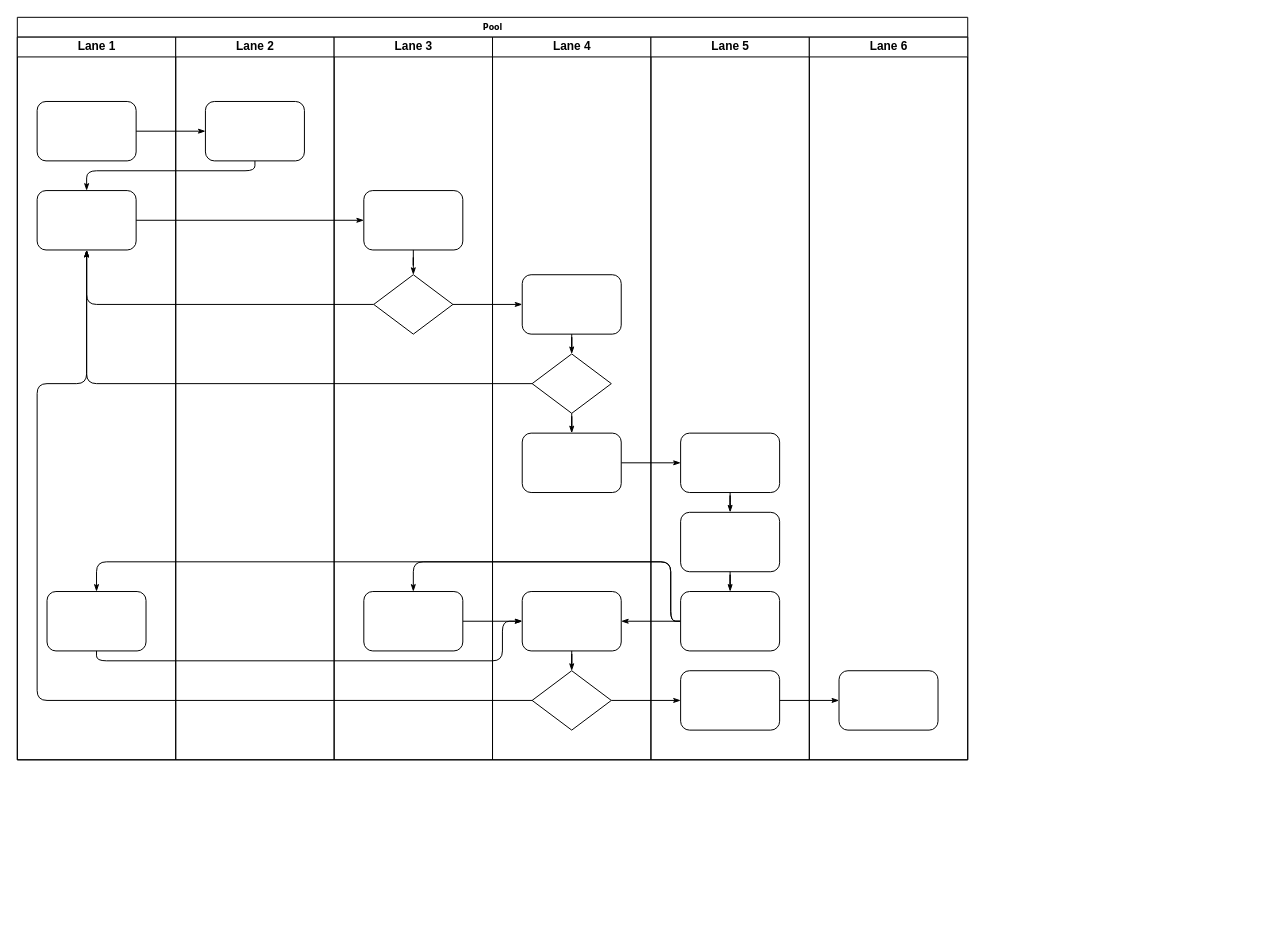
Pedro-Wong/Fluxograma keeps this draw.io diagram as Diagrama sem nome.drawio. Above is the earlier version. Source tidied: cells renumbered, new cells numbered last; positions are measured from the earlier drawing's top-left corner, leaving out a move shared by most shapes. Both pictures are drawn from the tidied source at 99%, with x=0, y=0 at pixel (17, 17).
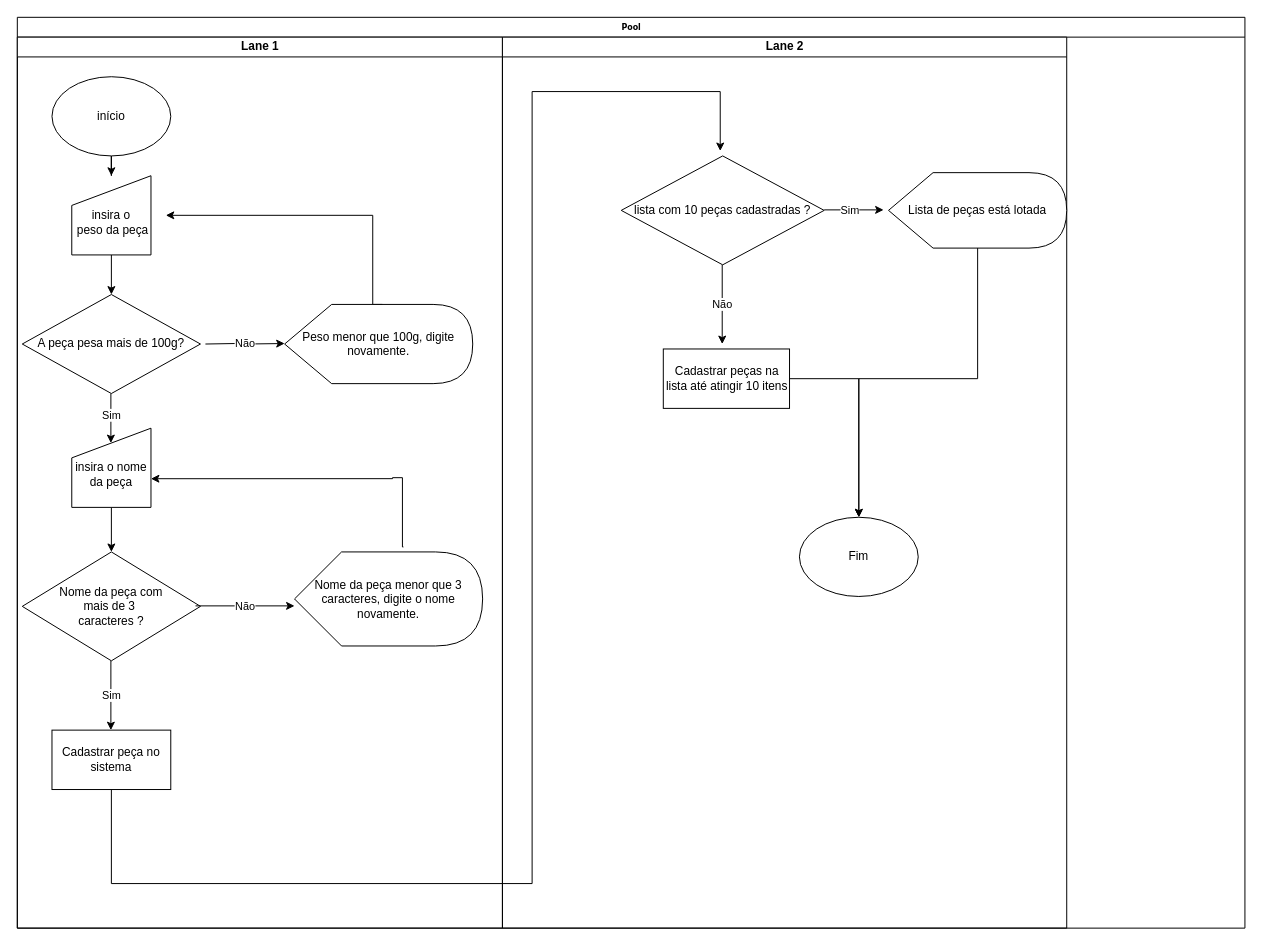
Above is the later version.

The edit, as a diff of the source:
```diff
@@
     <mxCell id="2" value="Pool" style="swimlane;html=1;startSize=20;rounded=0;shadow=0;labelBackgroundColor=none;strokeWidth=1;fontFamily=Verdana;fontSize=8;align=center;" parent="1" vertex="1">
-      <mxGeometry width="960" height="750" as="geometry" />
+      <mxGeometry width="1240" height="920" as="geometry" />
     </mxCell>
     <mxCell id="3" value="Lane 1" style="swimlane;html=1;startSize=20;" parent="2" vertex="1">
-      <mxGeometry y="20" width="160" height="730" as="geometry" />
+      <mxGeometry y="20" width="490" height="900" as="geometry" />
     </mxCell>
-    <mxCell id="4" style="rounded=1;whiteSpace=wrap;html=1;shadow=0;labelBackgroundColor=none;strokeWidth=1;fontFamily=Verdana;fontSize=8;align=center;" parent="3" vertex="1">
-      <mxGeometry x="20" y="65" width="100" height="60" as="geometry" />
-    </mxCell>
-    <mxCell id="5" style="rounded=1;whiteSpace=wrap;html=1;shadow=0;labelBackgroundColor=none;strokeWidth=1;fontFamily=Verdana;fontSize=8;align=center;" parent="3" vertex="1">
-      <mxGeometry x="20" y="155" width="100" height="60" as="geometry" />
-    </mxCell>
-    <mxCell id="6" style="rounded=1;whiteSpace=wrap;html=1;shadow=0;labelBackgroundColor=none;strokeWidth=1;fontFamily=Verdana;fontSize=8;align=center;" parent="3" vertex="1">
-      <mxGeometry x="30" y="560" width="100" height="60" as="geometry" />
-    </mxCell>
-    <mxCell id="7" style="edgeStyle=orthogonalEdgeStyle;rounded=1;html=1;labelBackgroundColor=none;startArrow=none;startFill=0;startSize=5;endArrow=classicThin;endFill=1;endSize=5;jettySize=auto;strokeWidth=1;fontFamily=Verdana;fontSize=8;" parent="2" edge="1" source="4" target="23">
-      <mxGeometry relative="1" as="geometry" />
-    </mxCell>
-    <mxCell id="8" style="edgeStyle=orthogonalEdgeStyle;rounded=1;html=1;labelBackgroundColor=none;startArrow=none;startFill=0;startSize=5;endArrow=classicThin;endFill=1;endSize=5;jettySize=auto;strokeWidth=1;fontFamily=Verdana;fontSize=8;" parent="2" edge="1" source="23" target="5">
-      <mxGeometry relative="1" as="geometry">
-        <Array as="points">
-          <mxPoint x="240" y="155" />
-          <mxPoint x="70" y="155" />
-        </Array>
-      </mxGeometry>
-    </mxCell>
-    <mxCell id="9" style="edgeStyle=orthogonalEdgeStyle;rounded=1;html=1;labelBackgroundColor=none;startArrow=none;startFill=0;startSize=5;endArrow=classicThin;endFill=1;endSize=5;jettySize=auto;strokeWidth=1;fontFamily=Verdana;fontSize=8;" parent="2" edge="1" source="5" target="25">
-      <mxGeometry relative="1" as="geometry" />
-    </mxCell>
-    <mxCell id="10" style="edgeStyle=orthogonalEdgeStyle;rounded=1;html=1;labelBackgroundColor=none;startArrow=none;startFill=0;startSize=5;endArrow=classicThin;endFill=1;endSize=5;jettySize=auto;strokeWidth=1;fontFamily=Verdana;fontSize=8;" parent="2" edge="1" source="26" target="5">
-      <mxGeometry relative="1" as="geometry" />
-    </mxCell>
-    <mxCell id="11" style="edgeStyle=orthogonalEdgeStyle;rounded=1;html=1;labelBackgroundColor=none;startArrow=none;startFill=0;startSize=5;endArrow=classicThin;endFill=1;endSize=5;jettySize=auto;strokeWidth=1;fontFamily=Verdana;fontSize=8;" parent="2" edge="1" source="31" target="5">
-      <mxGeometry relative="1" as="geometry" />
-    </mxCell>
-    <mxCell id="12" style="edgeStyle=orthogonalEdgeStyle;rounded=1;html=1;labelBackgroundColor=none;startArrow=none;startFill=0;startSize=5;endArrow=classicThin;endFill=1;endSize=5;jettySize=auto;strokeWidth=1;fontFamily=Verdana;fontSize=8;" parent="2" edge="1" source="34" target="5">
-      <mxGeometry relative="1" as="geometry">
-        <Array as="points">
-          <mxPoint x="20" y="690" />
-          <mxPoint x="20" y="370" />
-          <mxPoint x="70" y="370" />
-        </Array>
-      </mxGeometry>
-    </mxCell>
-    <mxCell id="13" style="edgeStyle=orthogonalEdgeStyle;rounded=1;html=1;labelBackgroundColor=none;startArrow=none;startFill=0;startSize=5;endArrow=classicThin;endFill=1;endSize=5;jettySize=auto;strokeWidth=1;fontFamily=Verdana;fontSize=8;" parent="2" edge="1" source="26" target="30">
-      <mxGeometry relative="1" as="geometry" />
-    </mxCell>
-    <mxCell id="14" style="edgeStyle=orthogonalEdgeStyle;rounded=1;html=1;labelBackgroundColor=none;startArrow=none;startFill=0;startSize=5;endArrow=classicThin;endFill=1;endSize=5;jettySize=auto;strokeWidth=1;fontFamily=Verdana;fontSize=8;" parent="2" edge="1" source="34" target="42">
-      <mxGeometry relative="1" as="geometry" />
-    </mxCell>
-    <mxCell id="15" style="edgeStyle=orthogonalEdgeStyle;rounded=1;html=1;labelBackgroundColor=none;startArrow=none;startFill=0;startSize=5;endArrow=classicThin;endFill=1;endSize=5;jettySize=auto;strokeWidth=1;fontFamily=Verdana;fontSize=8;" parent="2" edge="1" source="42" target="46">
-      <mxGeometry relative="1" as="geometry" />
-    </mxCell>
-    <mxCell id="16" style="edgeStyle=orthogonalEdgeStyle;rounded=1;html=1;labelBackgroundColor=none;startArrow=none;startFill=0;startSize=5;endArrow=classicThin;endFill=1;endSize=5;jettySize=auto;strokeWidth=1;fontFamily=Verdana;fontSize=8;" parent="2" edge="1" source="32" target="39">
-      <mxGeometry relative="1" as="geometry" />
-    </mxCell>
-    <mxCell id="17" style="edgeStyle=orthogonalEdgeStyle;rounded=1;html=1;labelBackgroundColor=none;startArrow=none;startFill=0;startSize=5;endArrow=classicThin;endFill=1;endSize=5;jettySize=auto;strokeWidth=1;fontFamily=Verdana;fontSize=8;" parent="2" edge="1" source="41" target="27">
-      <mxGeometry relative="1" as="geometry">
-        <Array as="points">
-          <mxPoint x="660" y="610" />
-          <mxPoint x="660" y="550" />
-          <mxPoint x="400" y="550" />
-        </Array>
-      </mxGeometry>
-    </mxCell>
-    <mxCell id="18" style="edgeStyle=orthogonalEdgeStyle;rounded=1;html=1;labelBackgroundColor=none;startArrow=none;startFill=0;startSize=5;endArrow=classicThin;endFill=1;endSize=5;jettySize=auto;strokeColor=#000000;strokeWidth=1;fontFamily=Verdana;fontSize=8;fontColor=#000000;" parent="2" edge="1" source="41" target="33">
-      <mxGeometry relative="1" as="geometry" />
-    </mxCell>
-    <mxCell id="19" style="edgeStyle=orthogonalEdgeStyle;rounded=1;html=1;labelBackgroundColor=none;startArrow=none;startFill=0;startSize=5;endArrow=classicThin;endFill=1;endSize=5;jettySize=auto;strokeWidth=1;fontFamily=Verdana;fontSize=8;" parent="2" edge="1" source="41" target="6">
-      <mxGeometry relative="1" as="geometry">
-        <Array as="points">
-          <mxPoint x="660" y="610" />
-          <mxPoint x="660" y="550" />
-          <mxPoint x="80" y="550" />
-        </Array>
-      </mxGeometry>
-    </mxCell>
-    <mxCell id="20" style="edgeStyle=orthogonalEdgeStyle;rounded=1;html=1;labelBackgroundColor=none;startArrow=none;startFill=0;startSize=5;endArrow=classicThin;endFill=1;endSize=5;jettySize=auto;strokeWidth=1;fontFamily=Verdana;fontSize=8;" parent="2" edge="1" source="6" target="33">
-      <mxGeometry relative="1" as="geometry">
-        <Array as="points">
-          <mxPoint x="80" y="650" />
-          <mxPoint x="490" y="650" />
-          <mxPoint x="490" y="610" />
-        </Array>
-      </mxGeometry>
-    </mxCell>
-    <mxCell id="21" style="edgeStyle=orthogonalEdgeStyle;rounded=1;html=1;labelBackgroundColor=none;startArrow=none;startFill=0;startSize=5;endArrow=classicThin;endFill=1;endSize=5;jettySize=auto;strokeWidth=1;fontFamily=Verdana;fontSize=8;" parent="2" edge="1" source="27" target="33">
-      <mxGeometry relative="1" as="geometry" />
-    </mxCell>
+    <mxCell id="47" style="edgeStyle=orthogonalEdgeStyle;rounded=0;jettySize=auto;html=1;" parent="3" edge="1" source="48" target="50">
+      <mxGeometry relative="1" as="geometry" />
+    </mxCell>
+    <mxCell id="48" value="início" style="ellipse;whiteSpace=wrap;html=1;" parent="3" vertex="1">
+      <mxGeometry x="35" y="40" width="120" height="80" as="geometry" />
+    </mxCell>
+    <mxCell id="49" style="edgeStyle=orthogonalEdgeStyle;rounded=0;jettySize=auto;html=1;" parent="3" edge="1" source="50" target="51">
+      <mxGeometry relative="1" as="geometry" />
+    </mxCell>
+    <mxCell id="50" value="&lt;br&gt;insira o&lt;br&gt;&amp;nbsp;peso da peça" style="shape=manualInput;whiteSpace=wrap;html=1;" parent="3" vertex="1">
+      <mxGeometry x="55" y="140" width="80" height="80" as="geometry" />
+    </mxCell>
+    <mxCell id="51" value="A peça pesa mais de 100g?" style="rhombus;whiteSpace=wrap;html=1;" parent="3" vertex="1">
+      <mxGeometry x="5" y="260" width="180" height="100" as="geometry" />
+    </mxCell>
+    <mxCell id="52" style="edgeStyle=orthogonalEdgeStyle;rounded=0;jettySize=auto;html=1;exitX=0;exitY=0;exitDx=98.75;exitDy=0;exitPerimeter=0;" parent="3" edge="1" source="53">
+      <mxGeometry relative="1" as="geometry">
+        <mxPoint x="150" y="180" as="targetPoint" />
+        <Array as="points">
+          <mxPoint x="359" y="180" />
+        </Array>
+      </mxGeometry>
+    </mxCell>
+    <mxCell id="53" value="Peso menor que 100g, digite novamente." style="shape=display;whiteSpace=wrap;html=1;" parent="3" vertex="1">
+      <mxGeometry x="270" y="270" width="190" height="80" as="geometry" />
+    </mxCell>
+    <mxCell id="54" style="edgeStyle=orthogonalEdgeStyle;rounded=0;jettySize=auto;html=1;" parent="3" edge="1" source="55" target="56">
+      <mxGeometry relative="1" as="geometry" />
+    </mxCell>
+    <mxCell id="55" value="&lt;br&gt;insira o nome da peça" style="shape=manualInput;whiteSpace=wrap;html=1;" parent="3" vertex="1">
+      <mxGeometry x="55" y="395" width="80" height="80" as="geometry" />
+    </mxCell>
+    <mxCell id="56" value="Nome da peça com &lt;br&gt;mais de 3&amp;nbsp;&lt;br&gt;caracteres ?" style="rhombus;whiteSpace=wrap;html=1;" parent="3" vertex="1">
+      <mxGeometry x="5" y="520" width="180" height="110" as="geometry" />
+    </mxCell>
+    <mxCell id="57" style="edgeStyle=orthogonalEdgeStyle;rounded=0;jettySize=auto;html=1;" parent="3" edge="1" source="58">
+      <mxGeometry relative="1" as="geometry">
+        <mxPoint x="710" y="115" as="targetPoint" />
+        <Array as="points">
+          <mxPoint x="95" y="855" />
+          <mxPoint x="520" y="855" />
+          <mxPoint x="520" y="55" />
+        </Array>
+      </mxGeometry>
+    </mxCell>
+    <mxCell id="58" value="Cadastrar peça no sistema" style="rounded=0;whiteSpace=wrap;html=1;" parent="3" vertex="1">
+      <mxGeometry x="35" y="700" width="120" height="60" as="geometry" />
+    </mxCell>
+    <mxCell id="59" value="Nome da peça menor que 3 caracteres, digite o nome novamente." style="shape=display;whiteSpace=wrap;html=1;" parent="3" vertex="1">
+      <mxGeometry x="280" y="520" width="190" height="95" as="geometry" />
+    </mxCell>
+    <mxCell id="60" value="Não" style="endArrow=classic;html=1;rounded=0;" parent="3" edge="1">
+      <mxGeometry relative="1" as="geometry">
+        <mxPoint x="180" y="574.5" as="sourcePoint" />
+        <mxPoint x="280" y="574.5" as="targetPoint" />
+        <Array as="points">
+          <mxPoint x="230" y="574.5" />
+        </Array>
+      </mxGeometry>
+    </mxCell>
+    <mxCell id="61" value="Não" style="endArrow=classic;html=1;rounded=0;" parent="3" edge="1">
+      <mxGeometry relative="1" as="geometry">
+        <mxPoint x="190" y="310" as="sourcePoint" />
+        <mxPoint x="270" y="309.5" as="targetPoint" />
+        <Array as="points">
+          <mxPoint x="220" y="309.5" />
+          <mxPoint x="230" y="310" />
+        </Array>
+      </mxGeometry>
+    </mxCell>
+    <mxCell id="62" value="Sim" style="endArrow=classic;html=1;rounded=0;" parent="3" edge="1">
+      <mxGeometry x="-0.14" relative="1" as="geometry">
+        <mxPoint x="94.5" y="360" as="sourcePoint" />
+        <mxPoint x="94.5" y="410" as="targetPoint" />
+        <Array as="points">
+          <mxPoint x="94.5" y="410" />
+        </Array>
+      </mxGeometry>
+    </mxCell>
+    <mxCell id="63" style="edgeStyle=orthogonalEdgeStyle;rounded=0;jettySize=auto;html=1;entryX=1;entryY=0.638;entryDx=0;entryDy=0;entryPerimeter=0;" parent="3" edge="1" target="55">
+      <mxGeometry relative="1" as="geometry">
+        <mxPoint x="390" y="515" as="sourcePoint" />
+        <Array as="points">
+          <mxPoint x="389" y="445" />
+          <mxPoint x="379" y="445" />
+          <mxPoint x="379" y="446" />
+        </Array>
+      </mxGeometry>
+    </mxCell>
+    <mxCell id="64" value="Sim" style="endArrow=classic;html=1;rounded=0;" parent="3" edge="1">
+      <mxGeometry relative="1" as="geometry">
+        <mxPoint x="94.5" y="630" as="sourcePoint" />
+        <mxPoint x="94.5" y="700" as="targetPoint" />
+        <Array as="points">
+          <mxPoint x="94.5" y="660" />
+        </Array>
+      </mxGeometry>
+    </mxCell>
     <mxCell id="22" value="Lane 2" style="swimlane;html=1;startSize=20;" parent="2" vertex="1">
-      <mxGeometry x="160" y="20" width="160" height="730" as="geometry" />
+      <mxGeometry x="490" y="20" width="570" height="900" as="geometry" />
     </mxCell>
-    <mxCell id="23" style="rounded=1;whiteSpace=wrap;html=1;shadow=0;labelBackgroundColor=none;strokeWidth=1;fontFamily=Verdana;fontSize=8;align=center;" parent="22" vertex="1">
-      <mxGeometry x="30" y="65" width="100" height="60" as="geometry" />
-    </mxCell>
-    <mxCell id="24" value="Lane 3" style="swimlane;html=1;startSize=20;" parent="2" vertex="1">
-      <mxGeometry x="320" y="20" width="160" height="730" as="geometry" />
-    </mxCell>
-    <mxCell id="25" style="rounded=1;whiteSpace=wrap;html=1;shadow=0;labelBackgroundColor=none;strokeWidth=1;fontFamily=Verdana;fontSize=8;align=center;" parent="24" vertex="1">
-      <mxGeometry x="30" y="155" width="100" height="60" as="geometry" />
-    </mxCell>
-    <mxCell id="26" style="rhombus;whiteSpace=wrap;html=1;rounded=0;shadow=0;labelBackgroundColor=none;strokeWidth=1;fontFamily=Verdana;fontSize=8;align=center;" parent="24" vertex="1">
-      <mxGeometry x="40" y="240" width="80" height="60" as="geometry" />
-    </mxCell>
-    <mxCell id="27" style="rounded=1;whiteSpace=wrap;html=1;shadow=0;labelBackgroundColor=none;strokeWidth=1;fontFamily=Verdana;fontSize=8;align=center;" parent="24" vertex="1">
-      <mxGeometry x="30" y="560" width="100" height="60" as="geometry" />
-    </mxCell>
-    <mxCell id="28" style="edgeStyle=orthogonalEdgeStyle;rounded=1;html=1;labelBackgroundColor=none;startArrow=none;startFill=0;startSize=5;endArrow=classicThin;endFill=1;endSize=5;jettySize=auto;strokeWidth=1;fontFamily=Verdana;fontSize=8;" parent="24" edge="1" source="25" target="26">
-      <mxGeometry relative="1" as="geometry" />
-    </mxCell>
-    <mxCell id="29" value="Lane 4" style="swimlane;html=1;startSize=20;" parent="2" vertex="1">
-      <mxGeometry x="480" y="20" width="160" height="730" as="geometry" />
-    </mxCell>
-    <mxCell id="30" style="rounded=1;whiteSpace=wrap;html=1;shadow=0;labelBackgroundColor=none;strokeWidth=1;fontFamily=Verdana;fontSize=8;align=center;" parent="29" vertex="1">
-      <mxGeometry x="30" y="240" width="100" height="60" as="geometry" />
-    </mxCell>
-    <mxCell id="31" style="rhombus;whiteSpace=wrap;html=1;rounded=0;shadow=0;labelBackgroundColor=none;strokeWidth=1;fontFamily=Verdana;fontSize=8;align=center;" parent="29" vertex="1">
-      <mxGeometry x="40" y="320" width="80" height="60" as="geometry" />
-    </mxCell>
-    <mxCell id="32" style="rounded=1;whiteSpace=wrap;html=1;shadow=0;labelBackgroundColor=none;strokeWidth=1;fontFamily=Verdana;fontSize=8;align=center;" parent="29" vertex="1">
-      <mxGeometry x="30" y="400" width="100" height="60" as="geometry" />
-    </mxCell>
-    <mxCell id="33" style="rounded=1;whiteSpace=wrap;html=1;shadow=0;labelBackgroundColor=none;strokeWidth=1;fontFamily=Verdana;fontSize=8;align=center;" parent="29" vertex="1">
-      <mxGeometry x="30" y="560" width="100" height="60" as="geometry" />
-    </mxCell>
-    <mxCell id="34" style="rhombus;whiteSpace=wrap;html=1;rounded=0;shadow=0;labelBackgroundColor=none;strokeWidth=1;fontFamily=Verdana;fontSize=8;align=center;" parent="29" vertex="1">
-      <mxGeometry x="40" y="640" width="80" height="60" as="geometry" />
-    </mxCell>
-    <mxCell id="35" style="edgeStyle=orthogonalEdgeStyle;rounded=1;html=1;labelBackgroundColor=none;startArrow=none;startFill=0;startSize=5;endArrow=classicThin;endFill=1;endSize=5;jettySize=auto;strokeColor=#000000;strokeWidth=1;fontFamily=Verdana;fontSize=8;fontColor=#000000;" parent="29" edge="1" source="30" target="31">
-      <mxGeometry relative="1" as="geometry" />
-    </mxCell>
-    <mxCell id="36" style="edgeStyle=orthogonalEdgeStyle;rounded=1;html=1;labelBackgroundColor=none;startArrow=none;startFill=0;startSize=5;endArrow=classicThin;endFill=1;endSize=5;jettySize=auto;strokeWidth=1;fontFamily=Verdana;fontSize=8;" parent="29" edge="1" source="31" target="32">
-      <mxGeometry relative="1" as="geometry" />
-    </mxCell>
-    <mxCell id="37" style="edgeStyle=orthogonalEdgeStyle;rounded=1;html=1;labelBackgroundColor=none;startArrow=none;startFill=0;startSize=5;endArrow=classicThin;endFill=1;endSize=5;jettySize=auto;strokeWidth=1;fontFamily=Verdana;fontSize=8;" parent="29" edge="1" source="33" target="34">
-      <mxGeometry relative="1" as="geometry" />
-    </mxCell>
-    <mxCell id="38" value="Lane 5" style="swimlane;html=1;startSize=20;" parent="2" vertex="1">
-      <mxGeometry x="640" y="20" width="160" height="730" as="geometry" />
-    </mxCell>
-    <mxCell id="39" style="rounded=1;whiteSpace=wrap;html=1;shadow=0;labelBackgroundColor=none;strokeWidth=1;fontFamily=Verdana;fontSize=8;align=center;" parent="38" vertex="1">
-      <mxGeometry x="30" y="400" width="100" height="60" as="geometry" />
-    </mxCell>
-    <mxCell id="40" style="rounded=1;whiteSpace=wrap;html=1;shadow=0;labelBackgroundColor=none;strokeWidth=1;fontFamily=Verdana;fontSize=8;align=center;" parent="38" vertex="1">
-      <mxGeometry x="30" y="480" width="100" height="60" as="geometry" />
-    </mxCell>
-    <mxCell id="41" style="rounded=1;whiteSpace=wrap;html=1;shadow=0;labelBackgroundColor=none;strokeWidth=1;fontFamily=Verdana;fontSize=8;align=center;" parent="38" vertex="1">
-      <mxGeometry x="30" y="560" width="100" height="60" as="geometry" />
-    </mxCell>
-    <mxCell id="42" style="rounded=1;whiteSpace=wrap;html=1;shadow=0;labelBackgroundColor=none;strokeWidth=1;fontFamily=Verdana;fontSize=8;align=center;" parent="38" vertex="1">
-      <mxGeometry x="30" y="640" width="100" height="60" as="geometry" />
-    </mxCell>
-    <mxCell id="43" style="edgeStyle=orthogonalEdgeStyle;rounded=1;html=1;labelBackgroundColor=none;startArrow=none;startFill=0;startSize=5;endArrow=classicThin;endFill=1;endSize=5;jettySize=auto;strokeWidth=1;fontFamily=Verdana;fontSize=8;" parent="38" edge="1" source="39" target="40">
-      <mxGeometry relative="1" as="geometry" />
-    </mxCell>
-    <mxCell id="44" style="edgeStyle=orthogonalEdgeStyle;rounded=1;html=1;labelBackgroundColor=none;startArrow=none;startFill=0;startSize=5;endArrow=classicThin;endFill=1;endSize=5;jettySize=auto;strokeWidth=1;fontFamily=Verdana;fontSize=8;" parent="38" edge="1" source="40" target="41">
-      <mxGeometry relative="1" as="geometry" />
-    </mxCell>
-    <mxCell id="45" value="Lane 6" style="swimlane;html=1;startSize=20;" parent="2" vertex="1">
-      <mxGeometry x="800" y="20" width="160" height="730" as="geometry" />
-    </mxCell>
-    <mxCell id="46" style="rounded=1;whiteSpace=wrap;html=1;shadow=0;labelBackgroundColor=none;strokeWidth=1;fontFamily=Verdana;fontSize=8;align=center;" parent="45" vertex="1">
-      <mxGeometry x="30" y="640" width="100" height="60" as="geometry" />
-    </mxCell>
+    <mxCell id="65" style="edgeStyle=orthogonalEdgeStyle;rounded=0;jettySize=auto;html=1;entryX=0.5;entryY=0;entryDx=0;entryDy=0;" parent="22" edge="1" source="66" target="70">
+      <mxGeometry relative="1" as="geometry" />
+    </mxCell>
+    <mxCell id="66" value="Cadastrar peças na lista até atingir 10 itens" style="rounded=0;whiteSpace=wrap;html=1;" parent="22" vertex="1">
+      <mxGeometry x="162.5" y="315" width="127.5" height="60" as="geometry" />
+    </mxCell>
+    <mxCell id="67" value="lista com 10 peças cadastradas ?" style="rhombus;whiteSpace=wrap;html=1;" parent="22" vertex="1">
+      <mxGeometry x="120" y="120" width="205" height="110" as="geometry" />
+    </mxCell>
+    <mxCell id="68" style="edgeStyle=orthogonalEdgeStyle;rounded=0;jettySize=auto;html=1;" parent="22" edge="1" source="69" target="70">
+      <mxGeometry relative="1" as="geometry">
+        <Array as="points">
+          <mxPoint x="480" y="345" />
+          <mxPoint x="360" y="345" />
+        </Array>
+      </mxGeometry>
+    </mxCell>
+    <mxCell id="69" value="Lista de peças está lotada" style="shape=display;whiteSpace=wrap;html=1;" parent="22" vertex="1">
+      <mxGeometry x="390" y="136.9" width="180" height="76.2" as="geometry" />
+    </mxCell>
+    <mxCell id="70" value="Fim" style="ellipse;whiteSpace=wrap;html=1;" parent="22" vertex="1">
+      <mxGeometry x="300" y="485" width="120" height="80" as="geometry" />
+    </mxCell>
+    <mxCell id="71" value="Não" style="endArrow=classic;html=1;rounded=0;" parent="22" edge="1">
+      <mxGeometry relative="1" as="geometry">
+        <mxPoint x="222" y="230" as="sourcePoint" />
+        <mxPoint x="222" y="310" as="targetPoint" />
+        <Array as="points">
+          <mxPoint x="222" y="265" />
+        </Array>
+      </mxGeometry>
+    </mxCell>
+    <mxCell id="72" value="Sim" style="endArrow=classic;html=1;rounded=0;" parent="22" edge="1">
+      <mxGeometry x="-0.14" relative="1" as="geometry">
+        <mxPoint x="325" y="174.5" as="sourcePoint" />
+        <mxPoint x="385" y="174.5" as="targetPoint" />
+        <Array as="points">
+          <mxPoint x="385" y="174.5" />
+        </Array>
+      </mxGeometry>
+    </mxCell>
```
